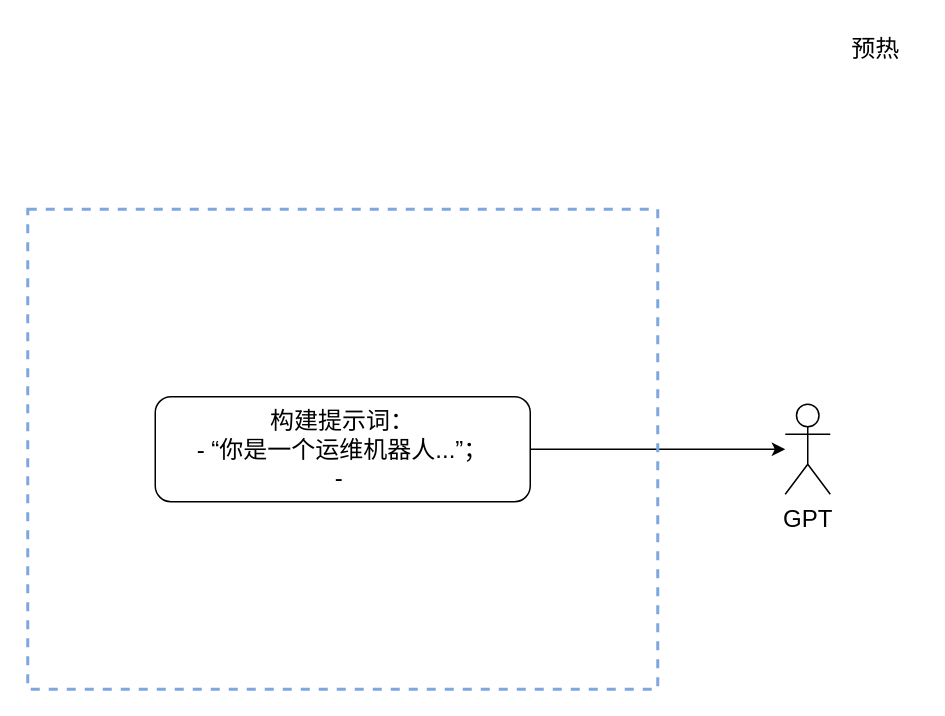
Above: page "D0" (3 of 7) of docs/chatops.drawio in StLeoX/chatops (draw.io), before the change. Source tidied: cells renumbered, new cells numbered last; positions are measured from the earlier drawing's top-left corner, leaving out a move shared by most shapes. Both pictures are drawn from the tidied source at 150%, with x=0, y=0 at pixel (27, 26).
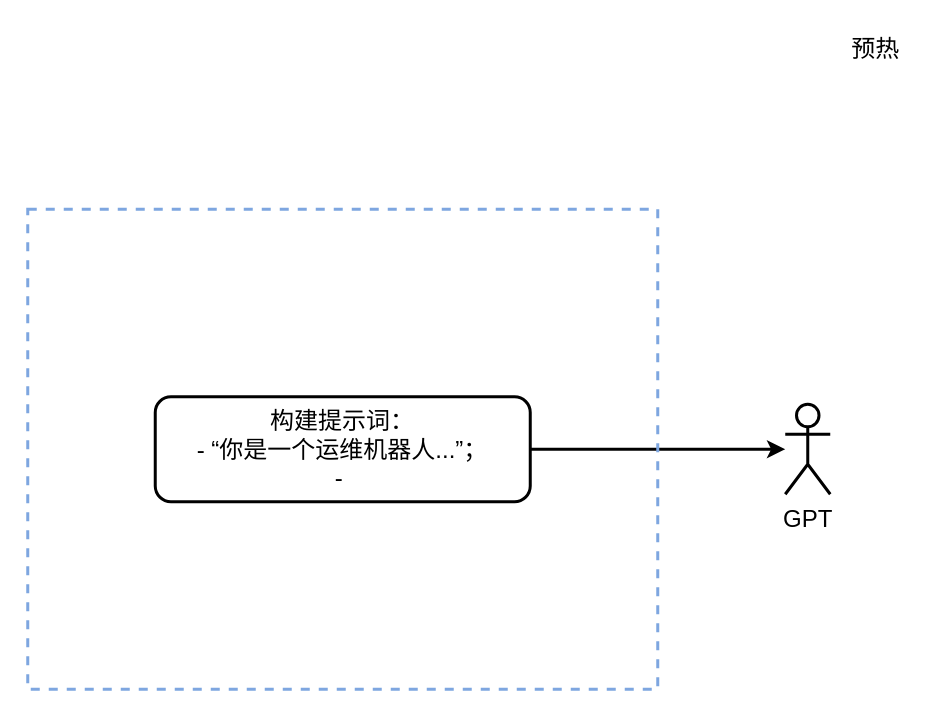
The same page after the edit.

The edit, as a diff of the source:
```diff
@@
 <mxGraphModel>
   <root>
     <mxCell id="0" />
     <mxCell id="1" parent="0" />
-    <mxCell id="2" value="GPT" style="shape=umlActor;verticalLabelPosition=bottom;verticalAlign=top;html=1;outlineConnect=0;fontSize=16;" parent="1" vertex="1">
+    <mxCell id="2" value="GPT" style="shape=umlActor;verticalLabelPosition=bottom;verticalAlign=top;html=1;outlineConnect=0;fontSize=16;strokeWidth=2;" parent="1" vertex="1">
       <mxGeometry x="505" y="252" width="30" height="60" as="geometry" />
     </mxCell>
-    <mxCell id="3" style="rounded=0;jettySize=auto;html=1;fontSize=16;exitX=1;exitY=0.5;exitDx=0;exitDy=0;" parent="1" edge="1" source="4" target="2">
+    <mxCell id="3" style="rounded=0;jettySize=auto;html=1;fontSize=16;exitX=1;exitY=0.5;exitDx=0;exitDy=0;strokeWidth=2;" parent="1" edge="1" source="4" target="2">
       <mxGeometry relative="1" as="geometry" />
     </mxCell>
-    <mxCell id="4" value="构建提示词：&lt;br&gt;- “你是一个运维机器人...”；&lt;br&gt;-&amp;nbsp;" style="rounded=1;whiteSpace=wrap;html=1;strokeColor=default;align=center;verticalAlign=middle;fontFamily=Helvetica;fontSize=16;fontColor=default;fillColor=default;" parent="1" vertex="1">
+    <mxCell id="4" value="构建提示词：&lt;br&gt;- “你是一个运维机器人...”；&lt;br&gt;-&amp;nbsp;" style="rounded=1;whiteSpace=wrap;html=1;strokeColor=default;align=center;verticalAlign=middle;fontFamily=Helvetica;fontSize=16;fontColor=default;fillColor=default;strokeWidth=2;" parent="1" vertex="1">
       <mxGeometry x="85" y="247" width="250" height="70" as="geometry" />
     </mxCell>
     <mxCell id="5" style="rounded=0;whiteSpace=wrap;html=1;fillColor=none;dashed=1;strokeColor=#7EA6E0;strokeWidth=2;" parent="1" vertex="1">
       <mxGeometry y="122" width="420" height="320" as="geometry" />
     </mxCell>
-    <mxCell id="6" value="预热" style="text;html=1;align=center;verticalAlign=middle;strokeColor=none;fillColor=none;fontSize=16;fontFamily=Helvetica;fontColor=default;" parent="1" vertex="1">
+    <mxCell id="6" value="预热" style="text;html=1;align=center;verticalAlign=middle;strokeColor=none;fillColor=none;fontSize=16;fontFamily=Helvetica;fontColor=default;strokeWidth=2;" parent="1" vertex="1">
       <mxGeometry x="535" width="60" height="30" as="geometry" />
     </mxCell>
   </root>
 </mxGraphModel>
```
